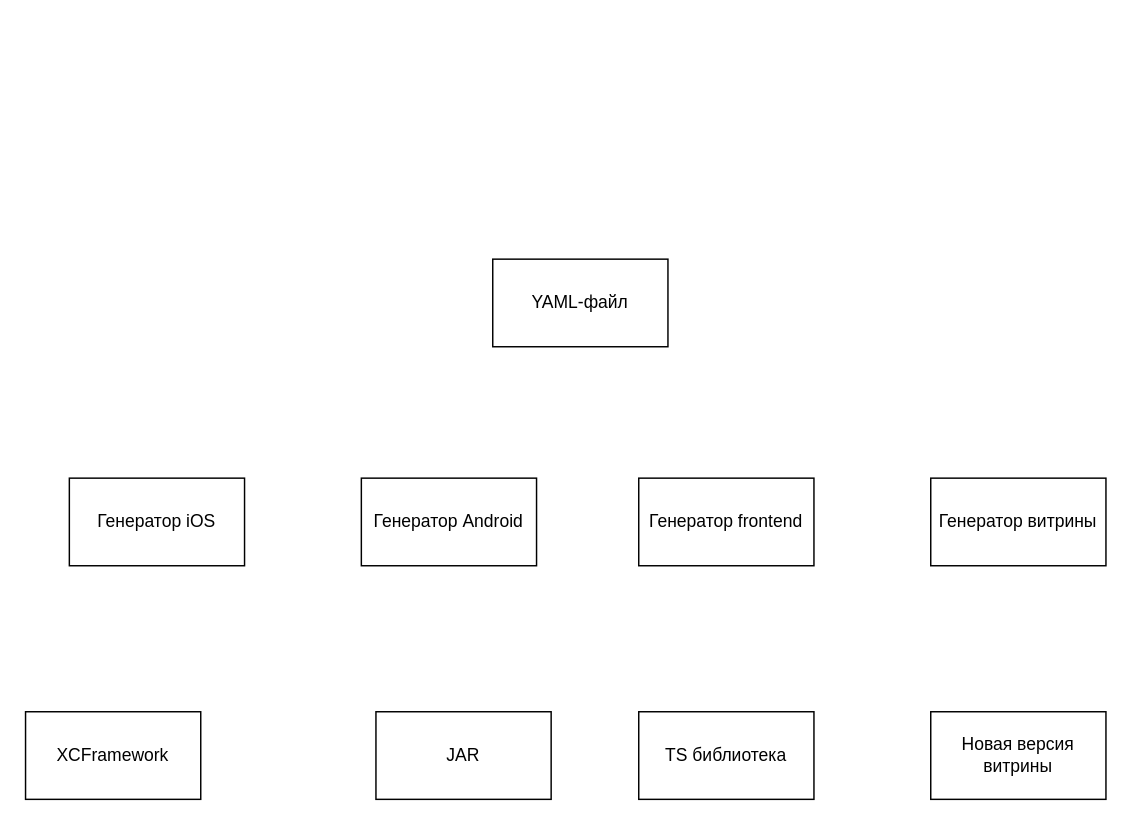
Above: dc-generamba.drawio in Lomovskiy/drawio (draw.io), before the change. Source tidied: cells renumbered, new cells numbered last; positions are measured from the earlier drawing's top-left corner, leaving out a move shared by most shapes. Both pictures are drawn from the tidied source at 146%, with x=0, y=0 at pixel (25, 258).
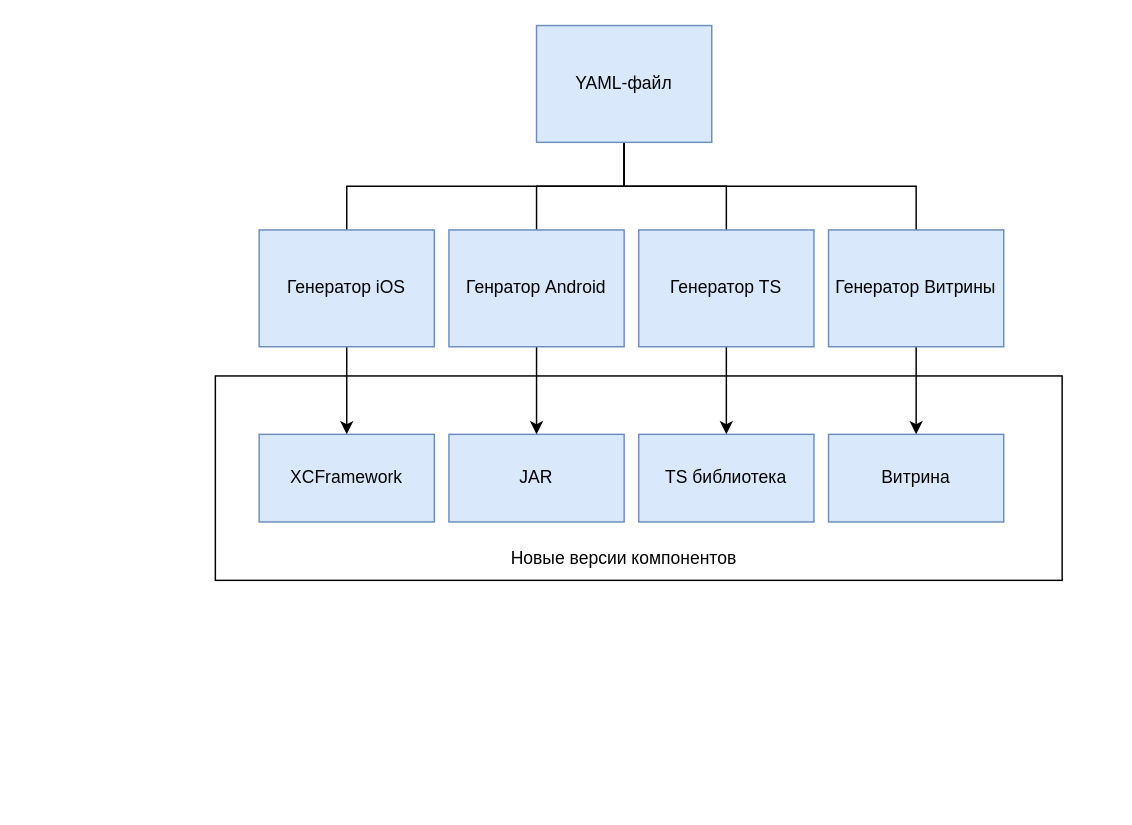
Above is the later version.

Diff of the diagram source:
```diff
@@
+    <mxCell id="11" style="edgeStyle=orthogonalEdgeStyle;rounded=0;jettySize=auto;html=1;exitX=0.5;exitY=1;exitDx=0;exitDy=0;entryX=0.5;entryY=0;entryDx=0;entryDy=0;endArrow=none;endFill=0;" parent="1" edge="1" source="2" target="3">
+      <mxGeometry relative="1" as="geometry" />
+    </mxCell>
+    <mxCell id="12" style="edgeStyle=orthogonalEdgeStyle;rounded=0;jettySize=auto;html=1;exitX=0.5;exitY=1;exitDx=0;exitDy=0;entryX=0.5;entryY=0;entryDx=0;entryDy=0;endArrow=none;endFill=0;" parent="1" edge="1" source="2" target="17">
+      <mxGeometry relative="1" as="geometry" />
+    </mxCell>
+    <mxCell id="13" style="edgeStyle=orthogonalEdgeStyle;rounded=0;jettySize=auto;html=1;exitX=0.5;exitY=1;exitDx=0;exitDy=0;entryX=0.5;entryY=0;entryDx=0;entryDy=0;endArrow=none;endFill=0;" parent="1" edge="1" source="2" target="19">
+      <mxGeometry relative="1" as="geometry" />
+    </mxCell>
+    <mxCell id="14" style="edgeStyle=orthogonalEdgeStyle;rounded=0;jettySize=auto;html=1;exitX=0.5;exitY=1;exitDx=0;exitDy=0;entryX=0.5;entryY=0;entryDx=0;entryDy=0;endArrow=none;endFill=0;" parent="1" edge="1" source="2" target="21">
+      <mxGeometry relative="1" as="geometry" />
+    </mxCell>
-    <mxCell id="2" value="YAML-файл" style="rounded=0;whiteSpace=wrap;html=1;" parent="1" vertex="1">
-      <mxGeometry x="320" width="120" height="60" as="geometry" />
+    <mxCell id="2" value="YAML-файл" style="rounded=0;whiteSpace=wrap;html=1;fillColor=#dae8fc;strokeColor=#6c8ebf;" parent="1" vertex="1">
+      <mxGeometry x="350" y="-160" width="120" height="80" as="geometry" />
     </mxCell>
-    <mxCell id="3" value="Генератор iOS" style="rounded=0;whiteSpace=wrap;html=1;" parent="1" vertex="1">
-      <mxGeometry x="30" y="150" width="120" height="60" as="geometry" />
-    </mxCell>
-    <mxCell id="4" value="Генератор Android" style="rounded=0;whiteSpace=wrap;html=1;" parent="1" vertex="1">
-      <mxGeometry x="230" y="150" width="120" height="60" as="geometry" />
-    </mxCell>
-    <mxCell id="5" value="Генератор frontend" style="rounded=0;whiteSpace=wrap;html=1;" parent="1" vertex="1">
-      <mxGeometry x="420" y="150" width="120" height="60" as="geometry" />
-    </mxCell>
-    <mxCell id="6" value="Генератор витрины" style="rounded=0;whiteSpace=wrap;html=1;" parent="1" vertex="1">
-      <mxGeometry x="620" y="150" width="120" height="60" as="geometry" />
-    </mxCell>
-    <mxCell id="7" value="XCFramework" style="rounded=0;whiteSpace=wrap;html=1;" parent="1" vertex="1">
-      <mxGeometry y="310" width="120" height="60" as="geometry" />
+    <mxCell id="7" value="XCFramework" style="rounded=0;whiteSpace=wrap;html=1;fillColor=#dae8fc;strokeColor=#6c8ebf;" parent="1" vertex="1">
+      <mxGeometry x="160" y="120" width="120" height="60" as="geometry" />
     </mxCell>
-    <mxCell id="8" value="JAR" style="rounded=0;whiteSpace=wrap;html=1;" parent="1" vertex="1">
-      <mxGeometry x="240" y="310" width="120" height="60" as="geometry" />
+    <mxCell id="8" value="JAR" style="rounded=0;whiteSpace=wrap;html=1;fillColor=#dae8fc;strokeColor=#6c8ebf;" parent="1" vertex="1">
+      <mxGeometry x="290" y="120" width="120" height="60" as="geometry" />
     </mxCell>
-    <mxCell id="9" value="Новая версия витрины" style="rounded=0;whiteSpace=wrap;html=1;" parent="1" vertex="1">
-      <mxGeometry x="620" y="310" width="120" height="60" as="geometry" />
+    <mxCell id="9" value="Витрина" style="rounded=0;whiteSpace=wrap;html=1;fillColor=#dae8fc;strokeColor=#6c8ebf;" parent="1" vertex="1">
+      <mxGeometry x="550" y="120" width="120" height="60" as="geometry" />
     </mxCell>
-    <mxCell id="10" value="TS библиотека" style="rounded=0;whiteSpace=wrap;html=1;" parent="1" vertex="1">
-      <mxGeometry x="420" y="310" width="120" height="60" as="geometry" />
+    <mxCell id="10" value="TS библиотека" style="rounded=0;whiteSpace=wrap;html=1;fillColor=#dae8fc;strokeColor=#6c8ebf;" parent="1" vertex="1">
+      <mxGeometry x="420" y="120" width="120" height="60" as="geometry" />
     </mxCell>
+    <mxCell id="15" style="edgeStyle=orthogonalEdgeStyle;rounded=0;jettySize=auto;html=1;exitX=0.5;exitY=1;exitDx=0;exitDy=0;entryX=0.5;entryY=0;entryDx=0;entryDy=0;" parent="1" edge="1" source="3" target="7">
+      <mxGeometry relative="1" as="geometry" />
+    </mxCell>
+    <mxCell id="3" value="Генератор iOS" style="rounded=0;whiteSpace=wrap;html=1;fillColor=#dae8fc;strokeColor=#6c8ebf;" parent="1" vertex="1">
+      <mxGeometry x="160" y="-20" width="120" height="80" as="geometry" />
+    </mxCell>
+    <mxCell id="16" style="edgeStyle=orthogonalEdgeStyle;rounded=0;jettySize=auto;html=1;exitX=0.5;exitY=1;exitDx=0;exitDy=0;entryX=0.5;entryY=0;entryDx=0;entryDy=0;" parent="1" edge="1" source="17" target="8">
+      <mxGeometry relative="1" as="geometry" />
+    </mxCell>
+    <mxCell id="17" value="Генратор Android" style="rounded=0;whiteSpace=wrap;html=1;fillColor=#dae8fc;strokeColor=#6c8ebf;" parent="1" vertex="1">
+      <mxGeometry x="290" y="-20" width="120" height="80" as="geometry" />
+    </mxCell>
+    <mxCell id="18" style="edgeStyle=orthogonalEdgeStyle;rounded=0;jettySize=auto;html=1;exitX=0.5;exitY=1;exitDx=0;exitDy=0;entryX=0.5;entryY=0;entryDx=0;entryDy=0;" parent="1" edge="1" source="19" target="10">
+      <mxGeometry relative="1" as="geometry" />
+    </mxCell>
+    <mxCell id="19" value="Генератор TS" style="rounded=0;whiteSpace=wrap;html=1;fillColor=#dae8fc;strokeColor=#6c8ebf;" parent="1" vertex="1">
+      <mxGeometry x="420" y="-20" width="120" height="80" as="geometry" />
+    </mxCell>
+    <mxCell id="20" style="edgeStyle=orthogonalEdgeStyle;rounded=0;jettySize=auto;html=1;exitX=0.5;exitY=1;exitDx=0;exitDy=0;entryX=0.5;entryY=0;entryDx=0;entryDy=0;" parent="1" edge="1" source="21" target="9">
+      <mxGeometry relative="1" as="geometry" />
+    </mxCell>
+    <mxCell id="21" value="Генератор Витрины" style="rounded=0;whiteSpace=wrap;html=1;fillColor=#dae8fc;strokeColor=#6c8ebf;" parent="1" vertex="1">
+      <mxGeometry x="550" y="-20" width="120" height="80" as="geometry" />
+    </mxCell>
+    <mxCell id="22" style="rounded=0;whiteSpace=wrap;html=1;fillColor=none;" parent="1" vertex="1">
+      <mxGeometry x="130" y="80" width="580" height="140" as="geometry" />
+    </mxCell>
+    <mxCell id="23" value="Новые версии компонентов" style="text;html=1;strokeColor=none;fillColor=none;align=center;verticalAlign=middle;whiteSpace=wrap;rounded=0;" parent="1" vertex="1">
+      <mxGeometry x="280" y="190" width="260" height="30" as="geometry" />
+    </mxCell>
```
